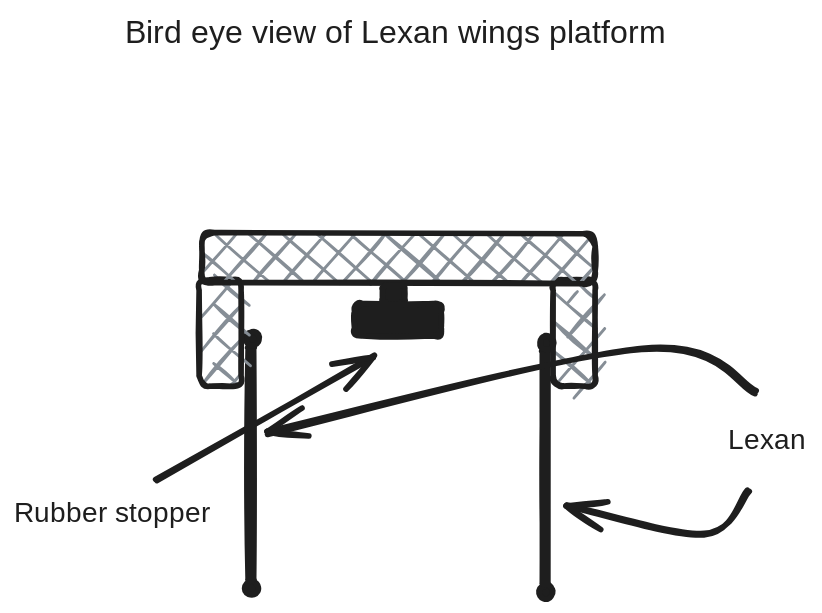
Earlier version of the Excalidraw export entries/kicker-platform/brainstorm/Bird eye view of ishikas.excalidraw.svg (Area-53-Robotics/53D-Notebook-Over-Under-2023-2024). Source tidied: one line per element, renumbered; positions are measured from the earlier drawing's top-left corner, leaving out a move shared by most shapes. Source of this version:
```json
{"id": 0, "type": "ellipse", "strokeColor": "#1e1e1e", "backgroundColor": "#1e1e1e", "fillStyle": "solid", "strokeWidth": 4, "roughness": 1, "round": true, "x": 165, "y": 405, "width": 10, "height": 10}
{"id": 1, "type": "rectangle", "strokeColor": "#1e1e1e", "backgroundColor": "#1e1e1e", "fillStyle": "solid", "strokeWidth": 4, "roughness": 1, "round": true, "x": 167, "y": 238, "width": 4, "height": 167}
{"id": 2, "type": "ellipse", "strokeColor": "#1e1e1e", "backgroundColor": "#1e1e1e", "fillStyle": "solid", "strokeWidth": 4, "roughness": 1, "round": true, "x": 165, "y": 227, "width": 10, "height": 10}
{"id": 3, "type": "ellipse", "strokeColor": "#1e1e1e", "backgroundColor": "#1e1e1e", "fillStyle": "solid", "strokeWidth": 4, "roughness": 1, "round": true, "x": 375, "y": 408, "width": 10, "height": 10}
{"id": 4, "type": "rectangle", "strokeColor": "#1e1e1e", "backgroundColor": "#1e1e1e", "fillStyle": "solid", "strokeWidth": 4, "roughness": 1, "round": true, "x": 377, "y": 241, "width": 4, "height": 167}
{"id": 5, "type": "ellipse", "strokeColor": "#1e1e1e", "backgroundColor": "#1e1e1e", "fillStyle": "solid", "strokeWidth": 4, "roughness": 1, "round": true, "x": 375, "y": 230, "width": 10, "height": 10}
{"id": 6, "type": "rectangle", "strokeColor": "#1e1e1e", "backgroundColor": "#868e96", "fillStyle": "cross-hatch", "strokeWidth": 4, "roughness": 1, "round": true, "x": 132, "y": 190, "width": 30, "height": 76}
{"id": 7, "type": "rectangle", "strokeColor": "#1e1e1e", "backgroundColor": "#868e96", "fillStyle": "cross-hatch", "strokeWidth": 4, "roughness": 1, "round": true, "x": 385, "y": 190, "width": 30, "height": 76}
{"id": 8, "type": "rectangle", "strokeColor": "#1e1e1e", "angle": 1.57, "backgroundColor": "#868e96", "fillStyle": "cross-hatch", "strokeWidth": 4, "roughness": 1, "round": true, "x": 257, "y": 34, "width": 36, "height": 281}
{"id": 9, "type": "rectangle", "strokeColor": "#1e1e1e", "backgroundColor": "#1e1e1e", "fillStyle": "solid", "strokeWidth": 4, "roughness": 1, "round": true, "x": 263, "y": 194, "width": 16, "height": 12}
{"id": 10, "type": "rectangle", "strokeColor": "#1e1e1e", "backgroundColor": "#1e1e1e", "fillStyle": "solid", "strokeWidth": 4, "roughness": 1, "round": true, "x": 243, "y": 207, "width": 62, "height": 23}
{"id": 11, "type": "arrow", "strokeColor": "#1e1e1e", "backgroundColor": "#1e1e1e", "fillStyle": "solid", "strokeWidth": 4, "roughness": 1, "endArrowhead": "arrow", "round": true, "from": 13, "to": 4, "x": 525, "y": 341, "width": 130, "height": 31, "points": [[0, 0], [-33, 31], [-130, 11]]}
{"id": 12, "type": "arrow", "strokeColor": "#1e1e1e", "backgroundColor": "#1e1e1e", "fillStyle": "solid", "strokeWidth": 4, "roughness": 1, "endArrowhead": "arrow", "round": true, "from": 13, "to": 1, "x": 529, "y": 270, "width": 349, "height": 60, "points": [[0, 0], [-80, -30], [-349, 30]]}
{"id": 13, "type": "text", "text": "Lexan", "strokeColor": "#1e1e1e", "backgroundColor": "#1e1e1e", "fillStyle": "solid", "strokeWidth": 4, "roughness": 1, "fontSize": 20, "fontFamily": 1, "x": 510, "y": 293, "width": 57, "height": 25}
{"id": 14, "type": "arrow", "strokeColor": "#1e1e1e", "backgroundColor": "#1e1e1e", "fillStyle": "solid", "strokeWidth": 4, "roughness": 1, "endArrowhead": "arrow", "round": true, "from": 15, "to": 10, "x": 101, "y": 333, "width": 156, "height": 89, "points": [[0, 0], [156, -89]]}
{"id": 15, "type": "text", "text": "Rubber stopper", "strokeColor": "#1e1e1e", "backgroundColor": "#1e1e1e", "fillStyle": "solid", "strokeWidth": 4, "roughness": 1, "fontSize": 20, "fontFamily": 1, "x": 0, "y": 345, "width": 147, "height": 25}
{"id": 16, "type": "text", "text": "Bird eye view of Lexan wings platform", "strokeColor": "#1e1e1e", "backgroundColor": "#1e1e1e", "fillStyle": "solid", "strokeWidth": 4, "roughness": 1, "fontSize": 23.17, "fontFamily": 1, "x": 79, "y": 0, "width": 434, "height": 29}
```
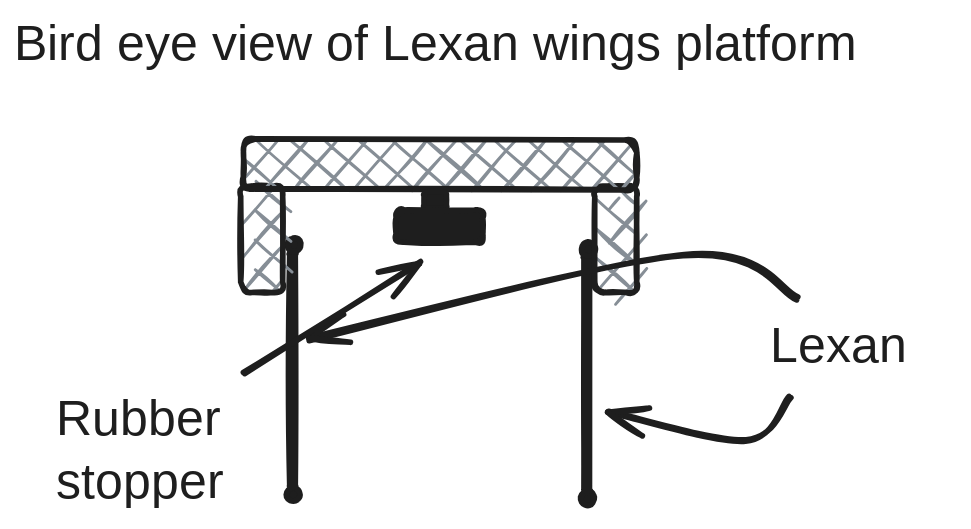
After the change.

Diff of the diagram source:
```diff
@@ -11,7 +11,7 @@
 {"id": 10, "type": "rectangle", "strokeColor": "#1e1e1e", "backgroundColor": "#1e1e1e", "fillStyle": "solid", "strokeWidth": 4, "roughness": 1, "round": true, "x": 243, "y": 207, "width": 62, "height": 23}
 {"id": 11, "type": "arrow", "strokeColor": "#1e1e1e", "backgroundColor": "#1e1e1e", "fillStyle": "solid", "strokeWidth": 4, "roughness": 1, "endArrowhead": "arrow", "round": true, "from": 13, "to": 4, "x": 525, "y": 341, "width": 130, "height": 31, "points": [[0, 0], [-33, 31], [-130, 11]]}
 {"id": 12, "type": "arrow", "strokeColor": "#1e1e1e", "backgroundColor": "#1e1e1e", "fillStyle": "solid", "strokeWidth": 4, "roughness": 1, "endArrowhead": "arrow", "round": true, "from": 13, "to": 1, "x": 529, "y": 270, "width": 349, "height": 60, "points": [[0, 0], [-80, -30], [-349, 30]]}
-{"id": 13, "type": "text", "text": "Lexan", "strokeColor": "#1e1e1e", "backgroundColor": "#1e1e1e", "fillStyle": "solid", "strokeWidth": 4, "roughness": 1, "fontSize": 20, "fontFamily": 1, "x": 510, "y": 293, "width": 57, "height": 25}
+{"id": 13, "type": "text", "text": "Lexan", "strokeColor": "#1e1e1e", "backgroundColor": "#1e1e1e", "fillStyle": "solid", "strokeWidth": 4, "roughness": 1, "fontSize": 36, "fontFamily": 1, "x": 510, "y": 283, "width": 102, "height": 45}
-{"id": 14, "type": "arrow", "strokeColor": "#1e1e1e", "backgroundColor": "#1e1e1e", "fillStyle": "solid", "strokeWidth": 4, "roughness": 1, "endArrowhead": "arrow", "round": true, "from": 15, "to": 10, "x": 101, "y": 333, "width": 156, "height": 89, "points": [[0, 0], [156, -89]]}
+{"id": 14, "type": "arrow", "strokeColor": "#1e1e1e", "backgroundColor": "#1e1e1e", "fillStyle": "solid", "strokeWidth": 4, "roughness": 1, "endArrowhead": "arrow", "round": true, "from": 15, "to": 10, "x": 134, "y": 324, "width": 126, "height": 80, "points": [[0, 0], [126, -80]]}
-{"id": 15, "type": "text", "text": "Rubber stopper", "strokeColor": "#1e1e1e", "backgroundColor": "#1e1e1e", "fillStyle": "solid", "strokeWidth": 4, "roughness": 1, "fontSize": 20, "fontFamily": 1, "x": 0, "y": 345, "width": 147, "height": 25}
+{"id": 15, "type": "text", "text": "Rubber\nstopper", "strokeColor": "#1e1e1e", "backgroundColor": "#1e1e1e", "fillStyle": "solid", "strokeWidth": 4, "roughness": 1, "fontSize": 36, "fontFamily": 1, "x": 0, "y": 335, "width": 130, "height": 90}
-{"id": 16, "type": "text", "text": "Bird eye view of Lexan wings platform", "strokeColor": "#1e1e1e", "backgroundColor": "#1e1e1e", "fillStyle": "solid", "strokeWidth": 4, "roughness": 1, "fontSize": 23.17, "fontFamily": 1, "x": 79, "y": 0, "width": 434, "height": 29}
+{"id": 16, "type": "text", "text": "Bird eye view of Lexan wings platform", "strokeColor": "#1e1e1e", "backgroundColor": "#1e1e1e", "fillStyle": "solid", "strokeWidth": 4, "roughness": 1, "fontSize": 36, "fontFamily": 1, "x": -30, "y": 67, "width": 674, "height": 45}
```
